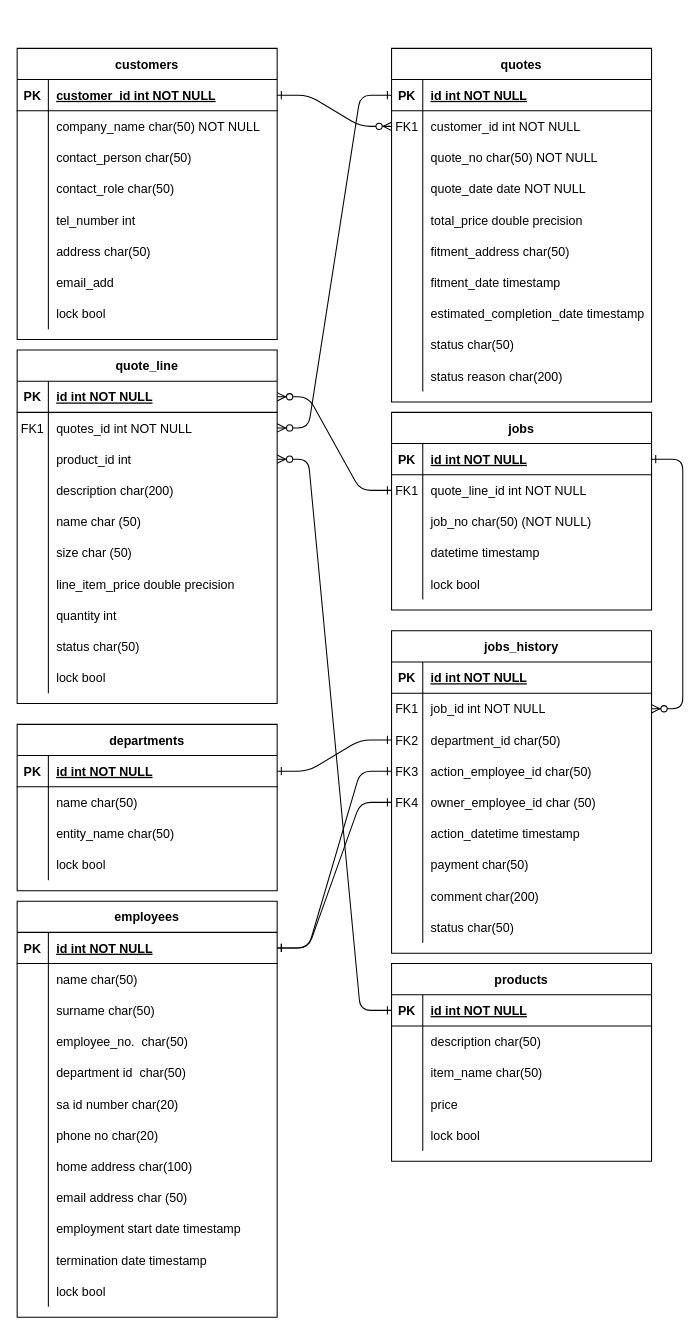
Earlier version of the draw.io diagram design spec/ERD (1).drawio (prinsloo-dev/Circle-Rhino). Source tidied: cells renumbered, new cells numbered last; positions are measured from the earlier drawing's top-left corner, leaving out a move shared by most shapes. Both pictures are drawn from the tidied source at 104%, with x=0, y=0 at pixel (17, 48).
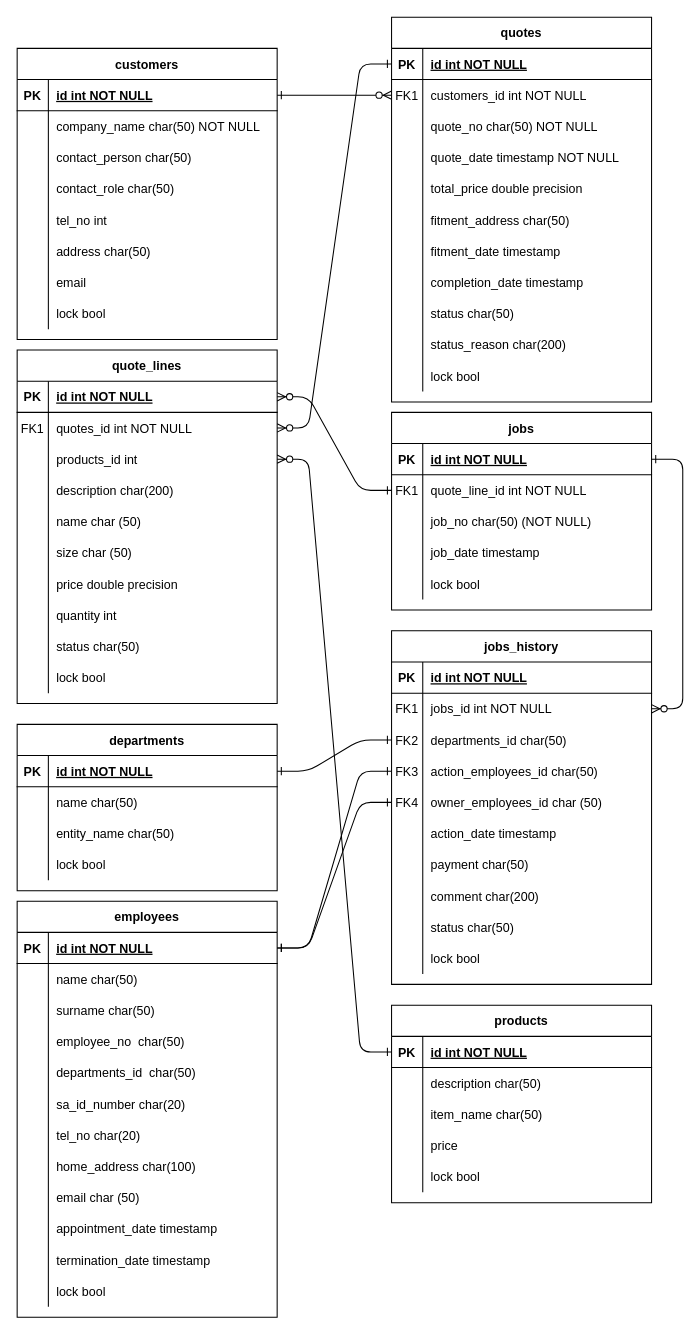
The same diagram, later.

Unchanged cells that the change refers to:
```xml
<mxCell id="8" style="shape=partialRectangle;fillColor=none;points=[[0,0.5],[1,0.5]];portConstraint=eastwest;top=0;left=0;right=0;bottom=0;" parent="4" vertex="1">
  <mxGeometry y="60" width="250" height="30" as="geometry" />
</mxCell>
<mxCell id="14" style="shape=partialRectangle;fillColor=none;top=0;left=0;right=0;bottom=0;" parent="4" vertex="1">
  <mxGeometry y="120" width="250" height="30" as="geometry" />
</mxCell>
<mxCell id="26" style="shape=partialRectangle;fillColor=none;top=0;left=0;right=0;bottom=0;" parent="4" vertex="1">
  <mxGeometry y="240" width="250" height="30" as="geometry" />
</mxCell>
<mxCell id="32" style="shape=partialRectangle;fillColor=none;top=0;left=0;right=0;bottom=0;" parent="4" vertex="1">
  <mxGeometry y="300" width="250" height="30" as="geometry" />
</mxCell>
<mxCell id="42" style="shape=partialRectangle;fillColor=none;points=[[0,0.5],[1,0.5]];portConstraint=eastwest;top=0;left=0;right=0;bottom=0;" parent="35" vertex="1">
  <mxGeometry y="90" width="250" height="30" as="geometry" />
</mxCell>
<mxCell id="54" style="shape=partialRectangle;fillColor=none;top=0;left=0;right=0;bottom=0;" parent="35" vertex="1">
  <mxGeometry y="210" width="250" height="30" as="geometry" />
</mxCell>
<mxCell id="67" style="shape=partialRectangle;fillColor=none;points=[[0,0.5],[1,0.5]];portConstraint=eastwest;top=0;left=0;right=0;bottom=1;" parent="66" vertex="1">
  <mxGeometry y="30" width="250" height="30" as="geometry" />
</mxCell>
<mxCell id="79" style="shape=partialRectangle;fillColor=none;top=0;left=0;right=0;bottom=0;" parent="66" vertex="1">
  <mxGeometry y="150" width="250" height="30" as="geometry" />
</mxCell>
<mxCell id="85" style="shape=partialRectangle;fillColor=none;top=0;left=0;right=0;bottom=0;" parent="66" vertex="1">
  <mxGeometry y="210" width="250" height="30" as="geometry" />
</mxCell>
<mxCell id="101" style="shape=partialRectangle;fillColor=none;top=0;left=0;right=0;bottom=0;" parent="91" vertex="1">
  <mxGeometry y="120" width="250" height="30" as="geometry" />
</mxCell>
<mxCell id="117" style="shape=partialRectangle;fillColor=none;top=0;left=0;right=0;bottom=0;" parent="107" vertex="1">
  <mxGeometry y="120" width="250" height="30" as="geometry" />
</mxCell>
<mxCell id="120" style="shape=partialRectangle;fillColor=none;top=0;left=0;right=0;bottom=0;" parent="107" vertex="1">
  <mxGeometry y="150" width="250" height="30" as="geometry" />
</mxCell>
<mxCell id="123" style="shape=partialRectangle;fillColor=none;top=0;left=0;right=0;bottom=0;" parent="107" vertex="1">
  <mxGeometry y="180" width="250" height="30" as="geometry" />
</mxCell>
<mxCell id="126" style="shape=partialRectangle;fillColor=none;top=0;left=0;right=0;bottom=0;" parent="107" vertex="1">
  <mxGeometry y="210" width="250" height="30" as="geometry" />
</mxCell>
<mxCell id="129" style="shape=partialRectangle;fillColor=none;top=0;left=0;right=0;bottom=0;" parent="107" vertex="1">
  <mxGeometry y="240" width="250" height="30" as="geometry" />
</mxCell>
<mxCell id="132" style="shape=partialRectangle;fillColor=none;top=0;left=0;right=0;bottom=0;" parent="107" vertex="1">
  <mxGeometry y="270" width="250" height="30" as="geometry" />
</mxCell>
<mxCell id="135" style="shape=partialRectangle;fillColor=none;top=0;left=0;right=0;bottom=0;" parent="107" vertex="1">
  <mxGeometry y="300" width="250" height="30" as="geometry" />
</mxCell>
<mxCell id="138" style="shape=partialRectangle;fillColor=none;top=0;left=0;right=0;bottom=0;" parent="107" vertex="1">
  <mxGeometry y="330" width="250" height="30" as="geometry" />
</mxCell>
<mxCell id="163" style="shape=partialRectangle;fillColor=none;points=[[0,0.5],[1,0.5]];portConstraint=eastwest;top=0;left=0;right=0;bottom=0;" parent="159" vertex="1">
  <mxGeometry y="60" width="250" height="30" as="geometry" />
</mxCell>
<mxCell id="166" style="shape=partialRectangle;fillColor=none;points=[[0,0.5],[1,0.5]];portConstraint=eastwest;top=0;left=0;right=0;bottom=0;" parent="159" vertex="1">
  <mxGeometry y="90" width="250" height="30" as="geometry" />
</mxCell>
<mxCell id="169" style="shape=partialRectangle;fillColor=none;points=[[0,0.5],[1,0.5]];portConstraint=eastwest;top=0;left=0;right=0;bottom=0;" parent="159" vertex="1">
  <mxGeometry y="120" width="250" height="30" as="geometry" />
</mxCell>
<mxCell id="172" style="shape=partialRectangle;fillColor=none;points=[[0,0.5],[1,0.5]];portConstraint=eastwest;top=0;left=0;right=0;bottom=0;" parent="159" vertex="1">
  <mxGeometry y="150" width="250" height="30" as="geometry" />
</mxCell>
<mxCell id="175" style="shape=partialRectangle;fillColor=none;top=0;left=0;right=0;bottom=0;" parent="159" vertex="1">
  <mxGeometry y="180" width="250" height="30" as="geometry" />
</mxCell>
```

Diff of the diagram source:
```diff
@@
     <mxCell id="4" value="quotes" style="shape=table;startSize=30;childLayout=tableLayout;rowLines=0;fontStyle=1;align=center;" parent="1" vertex="1">
-      <mxGeometry x="360" width="250" height="340" as="geometry" />
+      <mxGeometry x="360" y="-30" width="250" height="370" as="geometry" />
     </mxCell>
@@
-    <mxCell id="10" value="customer_id int NOT NULL" style="shape=partialRectangle;overflow=hidden;fillColor=none;top=0;left=0;bottom=0;right=0;align=left;spacingLeft=6;" parent="8" vertex="1">
+    <mxCell id="10" value="customers_id int NOT NULL" style="shape=partialRectangle;overflow=hidden;fillColor=none;top=0;left=0;bottom=0;right=0;align=left;spacingLeft=6;" parent="8" vertex="1">
       <mxGeometry x="30" width="220" height="30" as="geometry" />
     </mxCell>
@@
-    <mxCell id="16" value="quote_date date NOT NULL" style="shape=partialRectangle;overflow=hidden;fillColor=none;top=0;left=0;bottom=0;right=0;align=left;spacingLeft=6;" parent="14" vertex="1">
+    <mxCell id="16" value="quote_date timestamp NOT NULL" style="shape=partialRectangle;overflow=hidden;fillColor=none;top=0;left=0;bottom=0;right=0;align=left;spacingLeft=6;" parent="14" vertex="1">
       <mxGeometry x="30" width="220" height="30" as="geometry" />
     </mxCell>
@@
-    <mxCell id="28" value="estimated_completion_date timestamp" style="shape=partialRectangle;overflow=hidden;fillColor=none;top=0;left=0;bottom=0;right=0;align=left;spacingLeft=6;" parent="26" vertex="1">
+    <mxCell id="28" value="completion_date timestamp" style="shape=partialRectangle;overflow=hidden;fillColor=none;top=0;left=0;bottom=0;right=0;align=left;spacingLeft=6;" parent="26" vertex="1">
       <mxGeometry x="30" width="220" height="30" as="geometry" />
     </mxCell>
@@
-    <mxCell id="34" value="status reason char(200)" style="shape=partialRectangle;overflow=hidden;fillColor=none;top=0;left=0;bottom=0;right=0;align=left;spacingLeft=6;" parent="32" vertex="1">
+    <mxCell id="34" value="status_reason char(200)" style="shape=partialRectangle;overflow=hidden;fillColor=none;top=0;left=0;bottom=0;right=0;align=left;spacingLeft=6;" parent="32" vertex="1">
       <mxGeometry x="30" width="220" height="30" as="geometry" />
     </mxCell>
+    <mxCell id="208" style="shape=partialRectangle;fillColor=none;top=0;left=0;right=0;bottom=0;" parent="4" vertex="1">
+      <mxGeometry y="330" width="250" height="30" as="geometry" />
+    </mxCell>
+    <mxCell id="209" style="shape=partialRectangle;overflow=hidden;fillColor=none;top=0;left=0;bottom=0;right=0;" parent="208" vertex="1">
+      <mxGeometry width="30" height="30" as="geometry" />
+    </mxCell>
+    <mxCell id="210" value="lock bool" style="shape=partialRectangle;overflow=hidden;fillColor=none;top=0;left=0;bottom=0;right=0;align=left;spacingLeft=6;" parent="208" vertex="1">
+      <mxGeometry x="30" width="220" height="30" as="geometry" />
+    </mxCell>
-    <mxCell id="35" value="quote_line" style="shape=table;startSize=30;childLayout=tableLayout;rowLines=0;fontStyle=1;align=center;" parent="1" vertex="1">
+    <mxCell id="35" value="quote_lines" style="shape=table;startSize=30;childLayout=tableLayout;rowLines=0;fontStyle=1;align=center;" parent="1" vertex="1">
       <mxGeometry y="290" width="250" height="340" as="geometry" />
     </mxCell>
@@
-    <mxCell id="44" value="product_id int" style="shape=partialRectangle;overflow=hidden;fillColor=none;top=0;left=0;bottom=0;right=0;align=left;spacingLeft=6;" parent="42" vertex="1">
+    <mxCell id="44" value="products_id int" style="shape=partialRectangle;overflow=hidden;fillColor=none;top=0;left=0;bottom=0;right=0;align=left;spacingLeft=6;" parent="42" vertex="1">
       <mxGeometry x="30" width="220" height="30" as="geometry" />
     </mxCell>
@@
-    <mxCell id="56" value="line_item_price double precision" style="shape=partialRectangle;overflow=hidden;fillColor=none;top=0;left=0;bottom=0;right=0;align=left;spacingLeft=6;" parent="54" vertex="1">
+    <mxCell id="56" value="price double precision" style="shape=partialRectangle;overflow=hidden;fillColor=none;top=0;left=0;bottom=0;right=0;align=left;spacingLeft=6;" parent="54" vertex="1">
       <mxGeometry x="30" width="220" height="30" as="geometry" />
     </mxCell>
@@
-    <mxCell id="69" value="customer_id int NOT NULL " style="shape=partialRectangle;overflow=hidden;fillColor=none;top=0;left=0;bottom=0;right=0;align=left;spacingLeft=6;fontStyle=5;" parent="67" vertex="1">
+    <mxCell id="69" value="id int NOT NULL " style="shape=partialRectangle;overflow=hidden;fillColor=none;top=0;left=0;bottom=0;right=0;align=left;spacingLeft=6;fontStyle=5;" parent="67" vertex="1">
       <mxGeometry x="30" width="220" height="30" as="geometry" />
     </mxCell>
@@
-    <mxCell id="81" value="tel_number int " style="shape=partialRectangle;overflow=hidden;fillColor=none;top=0;left=0;bottom=0;right=0;align=left;spacingLeft=6;" parent="79" vertex="1">
+    <mxCell id="81" value="tel_no int " style="shape=partialRectangle;overflow=hidden;fillColor=none;top=0;left=0;bottom=0;right=0;align=left;spacingLeft=6;" parent="79" vertex="1">
       <mxGeometry x="30" width="220" height="30" as="geometry" />
     </mxCell>
@@
-    <mxCell id="87" value="email_add" style="shape=partialRectangle;overflow=hidden;fillColor=none;top=0;left=0;bottom=0;right=0;align=left;spacingLeft=6;" parent="85" vertex="1">
+    <mxCell id="87" value="email" style="shape=partialRectangle;overflow=hidden;fillColor=none;top=0;left=0;bottom=0;right=0;align=left;spacingLeft=6;" parent="85" vertex="1">
       <mxGeometry x="30" width="220" height="30" as="geometry" />
     </mxCell>
@@
-    <mxCell id="103" value="datetime timestamp" style="shape=partialRectangle;overflow=hidden;fillColor=none;top=0;left=0;bottom=0;right=0;align=left;spacingLeft=6;" parent="101" vertex="1">
+    <mxCell id="103" value="job_date timestamp" style="shape=partialRectangle;overflow=hidden;fillColor=none;top=0;left=0;bottom=0;right=0;align=left;spacingLeft=6;" parent="101" vertex="1">
       <mxGeometry x="30" width="220" height="30" as="geometry" />
     </mxCell>
@@
-    <mxCell id="119" value="employee_no.  char(50)" style="shape=partialRectangle;overflow=hidden;fillColor=none;top=0;left=0;bottom=0;right=0;align=left;spacingLeft=6;" parent="117" vertex="1">
+    <mxCell id="119" value="employee_no  char(50)" style="shape=partialRectangle;overflow=hidden;fillColor=none;top=0;left=0;bottom=0;right=0;align=left;spacingLeft=6;" parent="117" vertex="1">
       <mxGeometry x="30" width="220" height="30" as="geometry" />
     </mxCell>
@@
-    <mxCell id="122" value="department id  char(50)" style="shape=partialRectangle;overflow=hidden;fillColor=none;top=0;left=0;bottom=0;right=0;align=left;spacingLeft=6;" parent="120" vertex="1">
+    <mxCell id="122" value="departments_id  char(50)" style="shape=partialRectangle;overflow=hidden;fillColor=none;top=0;left=0;bottom=0;right=0;align=left;spacingLeft=6;" parent="120" vertex="1">
       <mxGeometry x="30" width="220" height="30" as="geometry" />
     </mxCell>
@@
-    <mxCell id="125" value="sa id number char(20)" style="shape=partialRectangle;overflow=hidden;fillColor=none;top=0;left=0;bottom=0;right=0;align=left;spacingLeft=6;" parent="123" vertex="1">
+    <mxCell id="125" value="sa_id_number char(20)" style="shape=partialRectangle;overflow=hidden;fillColor=none;top=0;left=0;bottom=0;right=0;align=left;spacingLeft=6;" parent="123" vertex="1">
       <mxGeometry x="30" width="220" height="30" as="geometry" />
     </mxCell>
@@
-    <mxCell id="128" value="phone no char(20)" style="shape=partialRectangle;overflow=hidden;fillColor=none;top=0;left=0;bottom=0;right=0;align=left;spacingLeft=6;" parent="126" vertex="1">
+    <mxCell id="128" value="tel_no char(20)" style="shape=partialRectangle;overflow=hidden;fillColor=none;top=0;left=0;bottom=0;right=0;align=left;spacingLeft=6;" parent="126" vertex="1">
       <mxGeometry x="30" width="220" height="30" as="geometry" />
     </mxCell>
@@
-    <mxCell id="131" value="home address char(100)" style="shape=partialRectangle;overflow=hidden;fillColor=none;top=0;left=0;bottom=0;right=0;align=left;spacingLeft=6;" parent="129" vertex="1">
+    <mxCell id="131" value="home_address char(100)" style="shape=partialRectangle;overflow=hidden;fillColor=none;top=0;left=0;bottom=0;right=0;align=left;spacingLeft=6;" parent="129" vertex="1">
       <mxGeometry x="30" width="220" height="30" as="geometry" />
     </mxCell>
@@
-    <mxCell id="134" value="email address char (50)" style="shape=partialRectangle;overflow=hidden;fillColor=none;top=0;left=0;bottom=0;right=0;align=left;spacingLeft=6;" parent="132" vertex="1">
+    <mxCell id="134" value="email char (50)" style="shape=partialRectangle;overflow=hidden;fillColor=none;top=0;left=0;bottom=0;right=0;align=left;spacingLeft=6;" parent="132" vertex="1">
       <mxGeometry x="30" width="220" height="30" as="geometry" />
     </mxCell>
@@
-    <mxCell id="137" value="employment start date timestamp" style="shape=partialRectangle;overflow=hidden;fillColor=none;top=0;left=0;bottom=0;right=0;align=left;spacingLeft=6;" parent="135" vertex="1">
+    <mxCell id="137" value="appointment_date timestamp" style="shape=partialRectangle;overflow=hidden;fillColor=none;top=0;left=0;bottom=0;right=0;align=left;spacingLeft=6;" parent="135" vertex="1">
       <mxGeometry x="30" width="220" height="30" as="geometry" />
     </mxCell>
@@
-    <mxCell id="140" value="termination date timestamp" style="shape=partialRectangle;overflow=hidden;fillColor=none;top=0;left=0;bottom=0;right=0;align=left;spacingLeft=6;" parent="138" vertex="1">
+    <mxCell id="140" value="termination_date timestamp" style="shape=partialRectangle;overflow=hidden;fillColor=none;top=0;left=0;bottom=0;right=0;align=left;spacingLeft=6;" parent="138" vertex="1">
       <mxGeometry x="30" width="220" height="30" as="geometry" />
     </mxCell>
@@
     <mxCell id="159" value="jobs_history" style="shape=table;startSize=30;childLayout=tableLayout;rowLines=0;fontStyle=1;align=center;" parent="1" vertex="1">
-      <mxGeometry x="360" y="560" width="250" height="310" as="geometry" />
+      <mxGeometry x="360" y="560" width="250" height="340" as="geometry" />
     </mxCell>
@@
-    <mxCell id="165" value="job_id int NOT NULL" style="shape=partialRectangle;overflow=hidden;fillColor=none;top=0;left=0;bottom=0;right=0;align=left;spacingLeft=6;" parent="163" vertex="1">
+    <mxCell id="165" value="jobs_id int NOT NULL" style="shape=partialRectangle;overflow=hidden;fillColor=none;top=0;left=0;bottom=0;right=0;align=left;spacingLeft=6;" parent="163" vertex="1">
       <mxGeometry x="30" width="220" height="30" as="geometry" />
     </mxCell>
@@
-    <mxCell id="168" value="department_id char(50) " style="shape=partialRectangle;overflow=hidden;fillColor=none;top=0;left=0;bottom=0;right=0;align=left;spacingLeft=6;" parent="166" vertex="1">
+    <mxCell id="168" value="departments_id char(50) " style="shape=partialRectangle;overflow=hidden;fillColor=none;top=0;left=0;bottom=0;right=0;align=left;spacingLeft=6;" parent="166" vertex="1">
       <mxGeometry x="30" width="220" height="30" as="geometry" />
     </mxCell>
@@
-    <mxCell id="171" value="action_employee_id char(50)" style="shape=partialRectangle;overflow=hidden;fillColor=none;top=0;left=0;bottom=0;right=0;align=left;spacingLeft=6;" parent="169" vertex="1">
+    <mxCell id="171" value="action_employees_id char(50)" style="shape=partialRectangle;overflow=hidden;fillColor=none;top=0;left=0;bottom=0;right=0;align=left;spacingLeft=6;" parent="169" vertex="1">
       <mxGeometry x="30" width="220" height="30" as="geometry" />
     </mxCell>
@@
-    <mxCell id="174" value="owner_employee_id char (50)" style="shape=partialRectangle;overflow=hidden;fillColor=none;top=0;left=0;bottom=0;right=0;align=left;spacingLeft=6;" parent="172" vertex="1">
+    <mxCell id="174" value="owner_employees_id char (50)" style="shape=partialRectangle;overflow=hidden;fillColor=none;top=0;left=0;bottom=0;right=0;align=left;spacingLeft=6;" parent="172" vertex="1">
       <mxGeometry x="30" width="220" height="30" as="geometry" />
     </mxCell>
@@
-    <mxCell id="177" value="action_datetime timestamp" style="shape=partialRectangle;overflow=hidden;fillColor=none;top=0;left=0;bottom=0;right=0;align=left;spacingLeft=6;" parent="175" vertex="1">
+    <mxCell id="177" value="action_date timestamp" style="shape=partialRectangle;overflow=hidden;fillColor=none;top=0;left=0;bottom=0;right=0;align=left;spacingLeft=6;" parent="175" vertex="1">
       <mxGeometry x="30" width="220" height="30" as="geometry" />
     </mxCell>
@@
+    <mxCell id="211" style="shape=partialRectangle;fillColor=none;top=0;left=0;right=0;bottom=0;" parent="159" vertex="1">
+      <mxGeometry y="300" width="250" height="30" as="geometry" />
+    </mxCell>
+    <mxCell id="212" style="shape=partialRectangle;overflow=hidden;fillColor=none;top=0;left=0;bottom=0;right=0;" parent="211" vertex="1">
+      <mxGeometry width="30" height="30" as="geometry" />
+    </mxCell>
+    <mxCell id="213" value="lock bool" style="shape=partialRectangle;overflow=hidden;fillColor=none;top=0;left=0;bottom=0;right=0;align=left;spacingLeft=6;" parent="211" vertex="1">
+      <mxGeometry x="30" width="220" height="30" as="geometry" />
+    </mxCell>
@@
     <mxCell id="189" value="products" style="shape=table;startSize=30;childLayout=tableLayout;rowLines=0;fontStyle=1;align=center;" parent="1" vertex="1">
-      <mxGeometry x="360" y="880" width="250" height="190" as="geometry" />
+      <mxGeometry x="360" y="920" width="250" height="190" as="geometry" />
     </mxCell>
@@
     <mxCell id="207" value="fitment_date timestamp" style="shape=partialRectangle;overflow=hidden;fillColor=none;top=0;left=0;bottom=0;right=0;align=left;spacingLeft=6;" parent="1" vertex="1">
-      <mxGeometry x="390" y="210" width="220" height="30" as="geometry" />
+      <mxGeometry x="390" y="180" width="220" height="30" as="geometry" />
     </mxCell>
```
